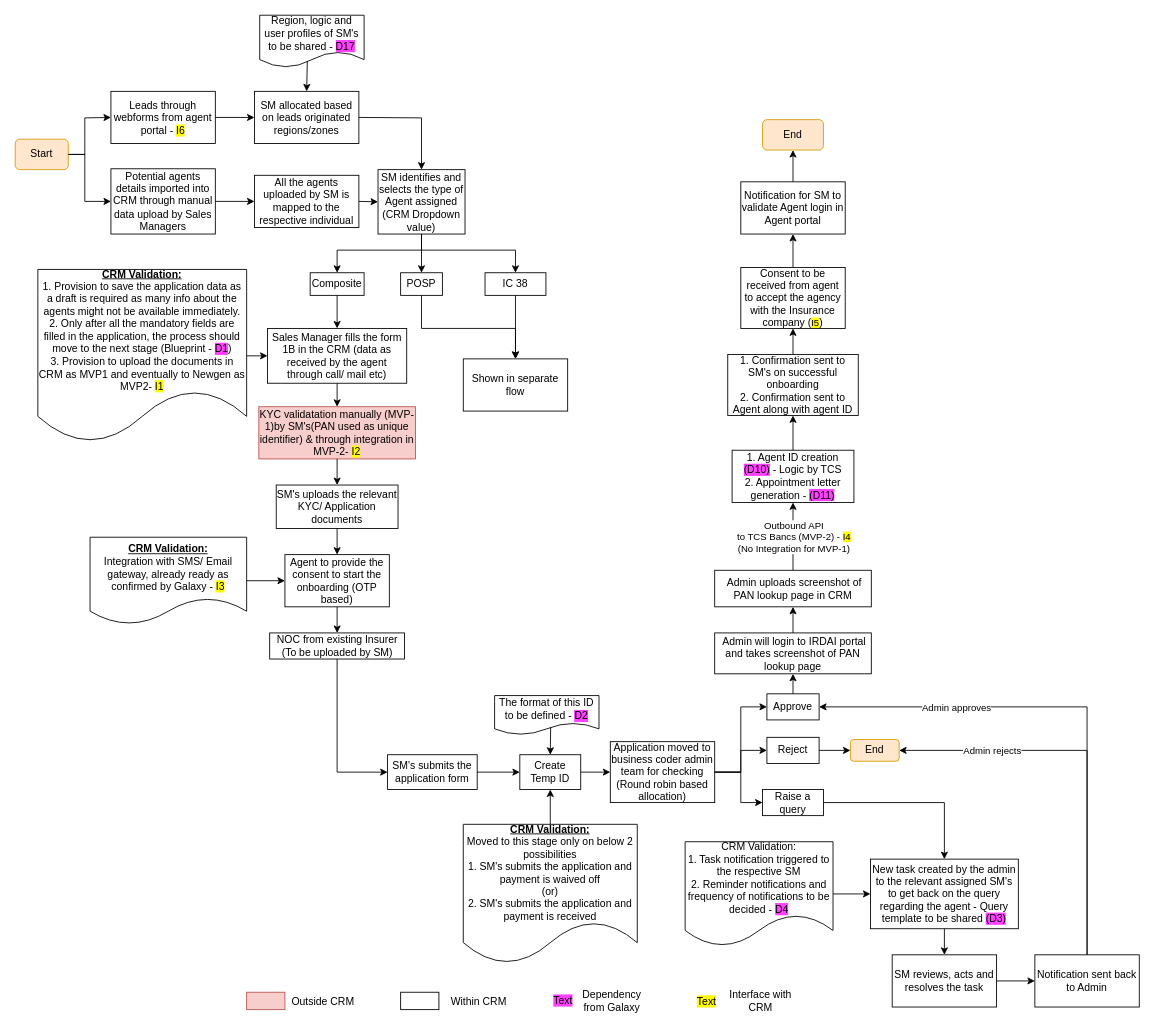
Above: Agent Onboarding Composite.drawio in shaileshsreedar/Galaxy (draw.io), before the change. Source tidied: cells renumbered, new cells numbered last; positions are measured from the earlier drawing's top-left corner, leaving out a move shared by most shapes. Both pictures are drawn from the tidied source at 87%, with x=0, y=0 at pixel (15, 15).
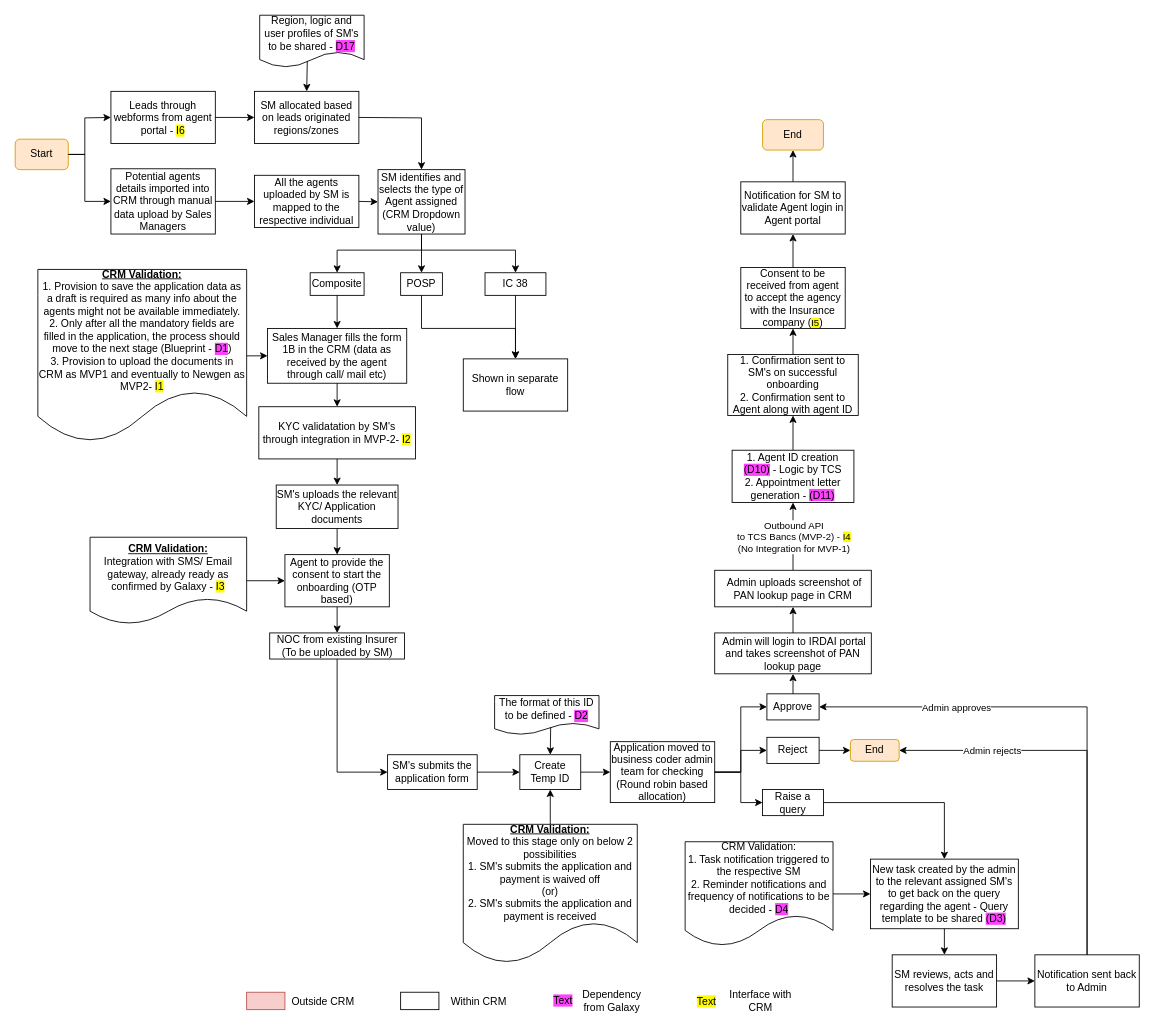
The same page after the edit.

Diff of the diagram source:
```diff
@@
-    <mxCell id="19" value="KYC validatation manually (MVP-1)by SM's(PAN used as unique identifier) &amp;amp; through integration in MVP-2-&amp;nbsp;&lt;span style=&quot;background-color: rgb(255, 251, 0);&quot;&gt;I2&lt;/span&gt;" style="rounded=0;whiteSpace=wrap;html=1;fillColor=#f8cecc;strokeColor=#b85450;" parent="1" vertex="1">
+    <mxCell id="19" value="KYC validatation by SM's through integration in MVP-2-&amp;nbsp;&lt;span style=&quot;background-color: rgb(255, 251, 0);&quot;&gt;I2&lt;/span&gt;" style="rounded=0;whiteSpace=wrap;html=1;" parent="1" vertex="1">
       <mxGeometry x="280" y="450" width="180" height="60" as="geometry" />
     </mxCell>
```
